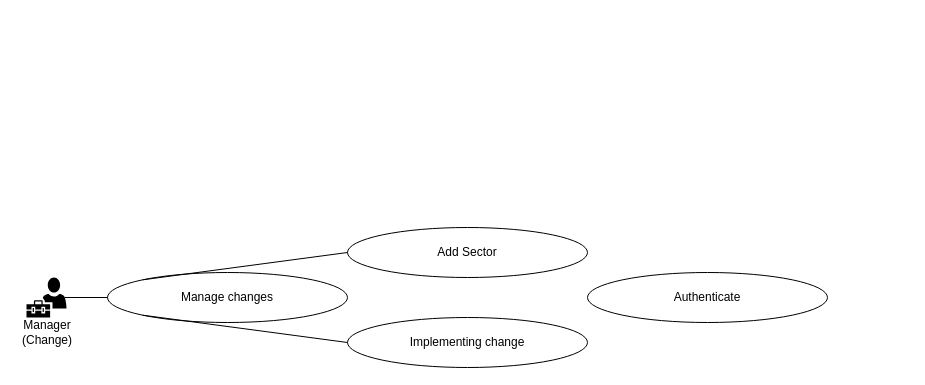
Before: Diagramme du cas d’utilisation.drawio in BenHelal/controleMudancas, a draw.io diagram. Source tidied: cells renumbered, new cells numbered last; positions are measured from the earlier drawing's top-left corner, leaving out a move shared by most shapes. Both pictures are drawn from the tidied source at 100%, with x=0, y=0 at pixel (17, 227).
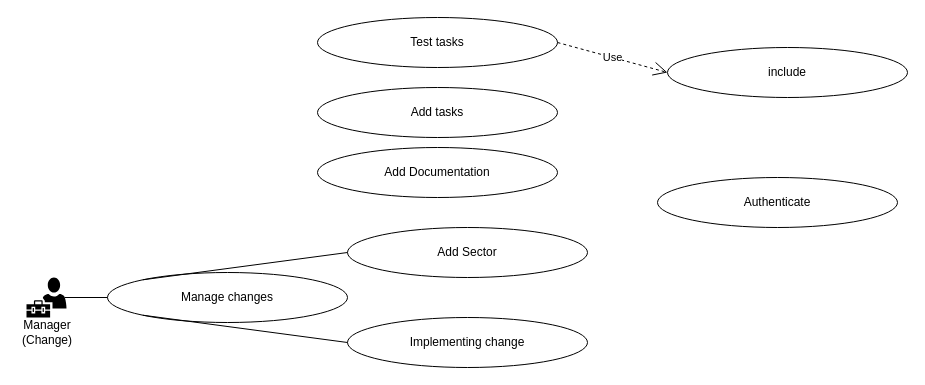
Above is the later version.

Diff of the diagram source:
```diff
@@
 <mxGraphModel>
   <root>
     <mxCell id="0" />
     <mxCell id="1" parent="0" />
     <mxCell id="2" value="Manage changes" style="ellipse;whiteSpace=wrap;html=1;" parent="1" vertex="1">
       <mxGeometry x="90" y="45" width="240" height="50" as="geometry" />
     </mxCell>
     <mxCell id="3" style="endArrow=none;html=1;rounded=0;entryX=0;entryY=0.5;entryDx=0;entryDy=0;exitX=0.96;exitY=0.5;exitDx=0;exitDy=0;exitPerimeter=0;" parent="1" edge="1" source="9" target="2">
       <mxGeometry relative="1" as="geometry" />
     </mxCell>
     <mxCell id="4" value="Authenticate" style="ellipse;whiteSpace=wrap;html=1;" parent="1" vertex="1">
-      <mxGeometry x="570" y="45" width="240" height="50" as="geometry" />
+      <mxGeometry x="640" y="-50" width="240" height="50" as="geometry" />
     </mxCell>
     <mxCell id="5" value="Add Sector" style="ellipse;whiteSpace=wrap;html=1;" parent="1" vertex="1">
       <mxGeometry x="330" width="240" height="50" as="geometry" />
     </mxCell>
     <mxCell id="6" style="endArrow=none;html=1;rounded=0;entryX=0;entryY=0.5;entryDx=0;entryDy=0;exitX=0;exitY=0;exitDx=0;exitDy=0;" parent="1" edge="1" source="2" target="5">
       <mxGeometry relative="1" as="geometry" />
     </mxCell>
     <mxCell id="7" value="Implementing change" style="ellipse;whiteSpace=wrap;html=1;" parent="1" vertex="1">
       <mxGeometry x="330" y="90" width="240" height="50" as="geometry" />
     </mxCell>
     <mxCell id="8" style="endArrow=none;html=1;rounded=0;entryX=0;entryY=0.5;entryDx=0;entryDy=0;exitX=0;exitY=1;exitDx=0;exitDy=0;" parent="1" edge="1" source="2" target="7">
       <mxGeometry relative="1" as="geometry" />
     </mxCell>
     <mxCell id="9" style="sketch=0;shadow=0;dashed=0;html=1;strokeColor=none;labelPosition=center;verticalLabelPosition=bottom;verticalAlign=top;align=center;fillColor=#000000;shape=mxgraph.mscae.intune.user_management;" parent="1" vertex="1">
       <mxGeometry x="9" y="50" width="40" height="40" as="geometry" />
     </mxCell>
     <mxCell id="10" value="Manager (Change)" style="text;html=1;strokeColor=none;fillColor=none;align=center;verticalAlign=middle;whiteSpace=wrap;rounded=0;" parent="1" vertex="1">
       <mxGeometry y="90" width="60" height="30" as="geometry" />
     </mxCell>
+    <mxCell id="11" value="Add Documentation" style="ellipse;whiteSpace=wrap;html=1;" parent="1" vertex="1">
+      <mxGeometry x="300" y="-80" width="240" height="50" as="geometry" />
+    </mxCell>
+    <mxCell id="12" value="Add tasks" style="ellipse;whiteSpace=wrap;html=1;" parent="1" vertex="1">
+      <mxGeometry x="300" y="-140" width="240" height="50" as="geometry" />
+    </mxCell>
+    <mxCell id="13" value="Test tasks" style="ellipse;whiteSpace=wrap;html=1;" parent="1" vertex="1">
+      <mxGeometry x="300" y="-210" width="240" height="50" as="geometry" />
+    </mxCell>
+    <mxCell id="14" value="include" style="ellipse;whiteSpace=wrap;html=1;" parent="1" vertex="1">
+      <mxGeometry x="650" y="-180" width="240" height="50" as="geometry" />
+    </mxCell>
+    <mxCell id="15" value="Use" style="endArrow=open;endSize=12;dashed=1;html=1;rounded=0;exitX=1;exitY=0.5;exitDx=0;exitDy=0;entryX=0;entryY=0.5;entryDx=0;entryDy=0;" parent="1" edge="1" source="13" target="14">
+      <mxGeometry relative="1" as="geometry" />
+    </mxCell>
   </root>
 </mxGraphModel>
```
